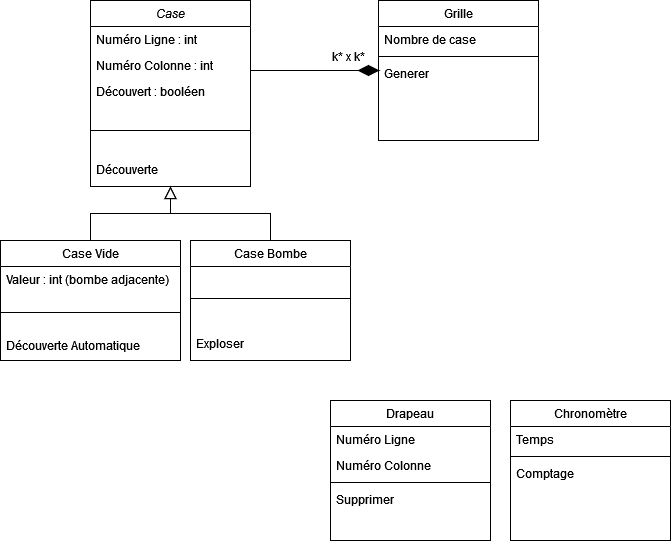
leonielrx/demineur keeps this draw.io diagram as diag_classe.png. Above is the earlier version. Source tidied: cells renumbered, new cells last; positions are measured from the earlier drawing's top-left corner, leaving out a move shared by most shapes. Source of this version:
```xml
<mxGraphModel>
  <root>
    <mxCell id="0" />
    <mxCell id="1" parent="0" />
    <mxCell id="2" value="Case" style="swimlane;fontStyle=2;align=center;verticalAlign=top;horizontal=1;startSize=26;rounded=0;shadow=0;strokeWidth=1;" parent="1" vertex="1">
      <mxGeometry x="90" width="160" height="186" as="geometry" />
    </mxCell>
    <mxCell id="3" value="Numéro Ligne : int" style="text;align=left;verticalAlign=top;spacingLeft=4;spacingRight=4;overflow=hidden;" parent="2" vertex="1">
      <mxGeometry y="26" width="160" height="26" as="geometry" />
    </mxCell>
    <mxCell id="4" value="Numéro Colonne : int" style="text;align=left;verticalAlign=top;spacingLeft=4;spacingRight=4;overflow=hidden;rounded=0;shadow=0;html=0;" parent="2" vertex="1">
      <mxGeometry y="52" width="160" height="26" as="geometry" />
    </mxCell>
    <mxCell id="5" value="Découvert : booléen" style="text;align=left;verticalAlign=top;spacingLeft=4;spacingRight=4;overflow=hidden;rounded=0;shadow=0;html=0;" parent="2" vertex="1">
      <mxGeometry y="78" width="160" height="26" as="geometry" />
    </mxCell>
    <mxCell id="6" style="line;html=1;strokeWidth=1;align=left;verticalAlign=middle;spacingTop=-1;spacingLeft=3;spacingRight=3;labelPosition=right;" parent="2" vertex="1">
      <mxGeometry y="104" width="160" height="52" as="geometry" />
    </mxCell>
    <mxCell id="7" value="Découverte " style="text;align=left;verticalAlign=top;spacingLeft=4;spacingRight=4;overflow=hidden;" parent="2" vertex="1">
      <mxGeometry y="156" width="160" height="30" as="geometry" />
    </mxCell>
    <mxCell id="8" value="Case Vide" style="swimlane;fontStyle=0;align=center;verticalAlign=top;horizontal=1;startSize=26;rounded=0;shadow=0;strokeWidth=1;" parent="1" vertex="1">
      <mxGeometry y="240" width="180" height="120" as="geometry" />
    </mxCell>
    <mxCell id="9" value="Valeur : int (bombe adjacente)" style="text;align=left;verticalAlign=top;spacingLeft=4;spacingRight=4;overflow=hidden;" parent="8" vertex="1">
      <mxGeometry y="26" width="180" height="26" as="geometry" />
    </mxCell>
    <mxCell id="10" style="line;html=1;strokeWidth=1;align=left;verticalAlign=middle;spacingTop=-1;spacingLeft=3;spacingRight=3;labelPosition=right;" parent="8" vertex="1">
      <mxGeometry y="52" width="180" height="40" as="geometry" />
    </mxCell>
    <mxCell id="11" value="Découverte Automatique" style="text;align=left;verticalAlign=top;spacingLeft=4;spacingRight=4;overflow=hidden;" parent="8" vertex="1">
      <mxGeometry y="92" width="180" height="26" as="geometry" />
    </mxCell>
    <mxCell id="12" style="endArrow=block;endSize=10;endFill=0;shadow=0;strokeWidth=1;rounded=0;curved=0;edgeStyle=elbowEdgeStyle;elbow=vertical;" parent="1" edge="1" source="8" target="2">
      <mxGeometry relative="1" as="geometry" />
    </mxCell>
    <mxCell id="13" value="Case Bombe" style="swimlane;fontStyle=0;align=center;verticalAlign=top;horizontal=1;startSize=26;rounded=0;shadow=0;strokeWidth=1;" parent="1" vertex="1">
      <mxGeometry x="190" y="240" width="160" height="120" as="geometry" />
    </mxCell>
    <mxCell id="14" style="line;html=1;strokeWidth=1;align=left;verticalAlign=middle;spacingTop=-1;spacingLeft=3;spacingRight=3;labelPosition=right;" parent="13" vertex="1">
      <mxGeometry y="26" width="160" height="64" as="geometry" />
    </mxCell>
    <mxCell id="15" value="Exploser " style="text;align=left;verticalAlign=top;spacingLeft=4;spacingRight=4;overflow=hidden;" parent="13" vertex="1">
      <mxGeometry y="90" width="160" height="26" as="geometry" />
    </mxCell>
    <mxCell id="16" style="endArrow=block;endSize=10;endFill=0;shadow=0;strokeWidth=1;rounded=0;curved=0;edgeStyle=elbowEdgeStyle;elbow=vertical;" parent="1" edge="1" source="13" target="2">
      <mxGeometry relative="1" as="geometry" />
    </mxCell>
    <mxCell id="17" value="Grille" style="swimlane;fontStyle=0;align=center;verticalAlign=top;horizontal=1;startSize=26;rounded=0;shadow=0;strokeWidth=1;" parent="1" vertex="1">
      <mxGeometry x="378" width="160" height="140" as="geometry" />
    </mxCell>
    <mxCell id="18" value="Nombre de case" style="text;align=left;verticalAlign=top;spacingLeft=4;spacingRight=4;overflow=hidden;" parent="17" vertex="1">
      <mxGeometry y="26" width="160" height="26" as="geometry" />
    </mxCell>
    <mxCell id="19" style="line;html=1;strokeWidth=1;align=left;verticalAlign=middle;spacingTop=-1;spacingLeft=3;spacingRight=3;labelPosition=right;" parent="17" vertex="1">
      <mxGeometry y="52" width="160" height="8" as="geometry" />
    </mxCell>
    <mxCell id="20" value="Generer" style="text;align=left;verticalAlign=top;spacingLeft=4;spacingRight=4;overflow=hidden;" parent="17" vertex="1">
      <mxGeometry y="60" width="160" height="26" as="geometry" />
    </mxCell>
    <mxCell id="21" style="endArrow=none;shadow=0;strokeWidth=1;rounded=0;curved=0;endFill=0;edgeStyle=elbowEdgeStyle;elbow=vertical;entryX=0.5;entryY=1;entryDx=0;entryDy=0;" parent="1" edge="1" source="2" target="28">
      <mxGeometry x="0.5" y="41" relative="1" as="geometry">
        <mxPoint x="-40" y="32" as="offset" />
      </mxGeometry>
    </mxCell>
    <mxCell id="22" value="k* x k*" style="align=left;verticalAlign=bottom;labelBackgroundColor=none;fontSize=12;" parent="21" vertex="1">
      <mxGeometry x="-1" relative="1" as="geometry">
        <mxPoint x="80" y="-5" as="offset" />
      </mxGeometry>
    </mxCell>
    <mxCell id="23" value="Drapeau" style="swimlane;fontStyle=0;align=center;verticalAlign=top;horizontal=1;startSize=26;rounded=0;shadow=0;strokeWidth=1;" parent="1" vertex="1">
      <mxGeometry x="330" y="400" width="160" height="140" as="geometry" />
    </mxCell>
    <mxCell id="24" value="Numéro Ligne " style="text;align=left;verticalAlign=top;spacingLeft=4;spacingRight=4;overflow=hidden;" parent="23" vertex="1">
      <mxGeometry y="26" width="160" height="26" as="geometry" />
    </mxCell>
    <mxCell id="25" value="Numéro Colonne" style="text;align=left;verticalAlign=top;spacingLeft=4;spacingRight=4;overflow=hidden;" parent="23" vertex="1">
      <mxGeometry y="52" width="160" height="26" as="geometry" />
    </mxCell>
    <mxCell id="26" style="line;html=1;strokeWidth=1;align=left;verticalAlign=middle;spacingTop=-1;spacingLeft=3;spacingRight=3;labelPosition=right;" parent="23" vertex="1">
      <mxGeometry y="78" width="160" height="8" as="geometry" />
    </mxCell>
    <mxCell id="27" value="Supprimer" style="text;align=left;verticalAlign=top;spacingLeft=4;spacingRight=4;overflow=hidden;" parent="23" vertex="1">
      <mxGeometry y="86" width="160" height="26" as="geometry" />
    </mxCell>
    <mxCell id="28" style="rhombus;whiteSpace=wrap;html=1;direction=south;fillColor=#000000;" parent="1" vertex="1">
      <mxGeometry x="358" y="65" width="20" height="10" as="geometry" />
    </mxCell>
    <mxCell id="29" value="Chronomètre" style="swimlane;fontStyle=0;align=center;verticalAlign=top;horizontal=1;startSize=26;rounded=0;shadow=0;strokeWidth=1;" parent="1" vertex="1">
      <mxGeometry x="510" y="400" width="160" height="140" as="geometry" />
    </mxCell>
    <mxCell id="30" value="Temps " style="text;align=left;verticalAlign=top;spacingLeft=4;spacingRight=4;overflow=hidden;" parent="29" vertex="1">
      <mxGeometry y="26" width="160" height="26" as="geometry" />
    </mxCell>
    <mxCell id="31" style="line;html=1;strokeWidth=1;align=left;verticalAlign=middle;spacingTop=-1;spacingLeft=3;spacingRight=3;labelPosition=right;" parent="29" vertex="1">
      <mxGeometry y="52" width="160" height="8" as="geometry" />
    </mxCell>
    <mxCell id="32" value="Comptage" style="text;align=left;verticalAlign=top;spacingLeft=4;spacingRight=4;overflow=hidden;" parent="29" vertex="1">
      <mxGeometry y="60" width="160" height="26" as="geometry" />
    </mxCell>
  </root>
</mxGraphModel>
```
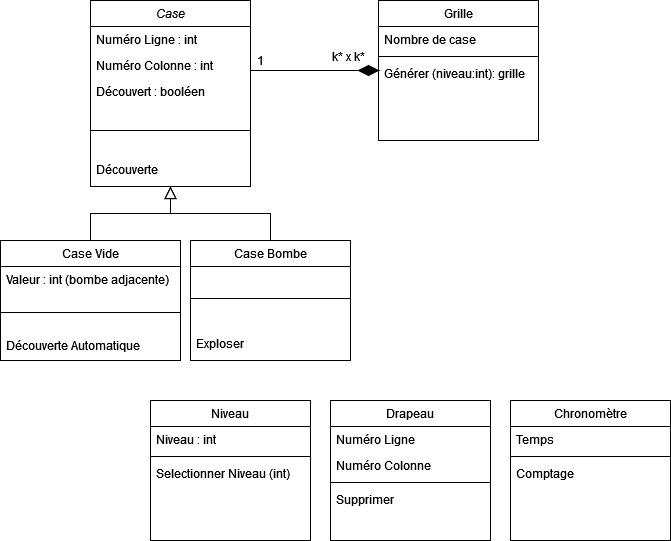
Above is the later version.

Commit message:
Mettre à jour diag_classe.png

What changed in the source:
```diff
@@ -56,7 +56,7 @@
     <mxCell id="19" style="line;html=1;strokeWidth=1;align=left;verticalAlign=middle;spacingTop=-1;spacingLeft=3;spacingRight=3;labelPosition=right;" parent="17" vertex="1">
       <mxGeometry y="52" width="160" height="8" as="geometry" />
     </mxCell>
-    <mxCell id="20" value="Generer" style="text;align=left;verticalAlign=top;spacingLeft=4;spacingRight=4;overflow=hidden;" parent="17" vertex="1">
+    <mxCell id="20" value="Générer (niveau:int): grille" style="text;align=left;verticalAlign=top;spacingLeft=4;spacingRight=4;overflow=hidden;" parent="17" vertex="1">
       <mxGeometry y="60" width="160" height="26" as="geometry" />
     </mxCell>
     <mxCell id="21" style="endArrow=none;shadow=0;strokeWidth=1;rounded=0;curved=0;endFill=0;edgeStyle=elbowEdgeStyle;elbow=vertical;entryX=0.5;entryY=1;entryDx=0;entryDy=0;" parent="1" edge="1" source="2" target="28">
@@ -99,5 +99,20 @@
     <mxCell id="32" value="Comptage" style="text;align=left;verticalAlign=top;spacingLeft=4;spacingRight=4;overflow=hidden;" parent="29" vertex="1">
       <mxGeometry y="60" width="160" height="26" as="geometry" />
     </mxCell>
+    <mxCell id="33" value="Niveau" style="swimlane;fontStyle=0;align=center;verticalAlign=top;horizontal=1;startSize=26;rounded=0;shadow=0;strokeWidth=1;" parent="1" vertex="1">
+      <mxGeometry x="150" y="400" width="160" height="140" as="geometry" />
+    </mxCell>
+    <mxCell id="34" value="Niveau : int" style="text;align=left;verticalAlign=top;spacingLeft=4;spacingRight=4;overflow=hidden;" parent="33" vertex="1">
+      <mxGeometry y="26" width="160" height="26" as="geometry" />
+    </mxCell>
+    <mxCell id="35" style="line;html=1;strokeWidth=1;align=left;verticalAlign=middle;spacingTop=-1;spacingLeft=3;spacingRight=3;labelPosition=right;" parent="33" vertex="1">
+      <mxGeometry y="52" width="160" height="8" as="geometry" />
+    </mxCell>
+    <mxCell id="36" value="Selectionner Niveau (int)" style="text;align=left;verticalAlign=top;spacingLeft=4;spacingRight=4;overflow=hidden;" parent="33" vertex="1">
+      <mxGeometry y="60" width="160" height="26" as="geometry" />
+    </mxCell>
+    <mxCell id="37" value="1" style="text;html=1;align=center;verticalAlign=middle;whiteSpace=wrap;rounded=0;" parent="1" vertex="1">
+      <mxGeometry x="230" y="45" width="60" height="30" as="geometry" />
+    </mxCell>
   </root>
 </mxGraphModel>
```
